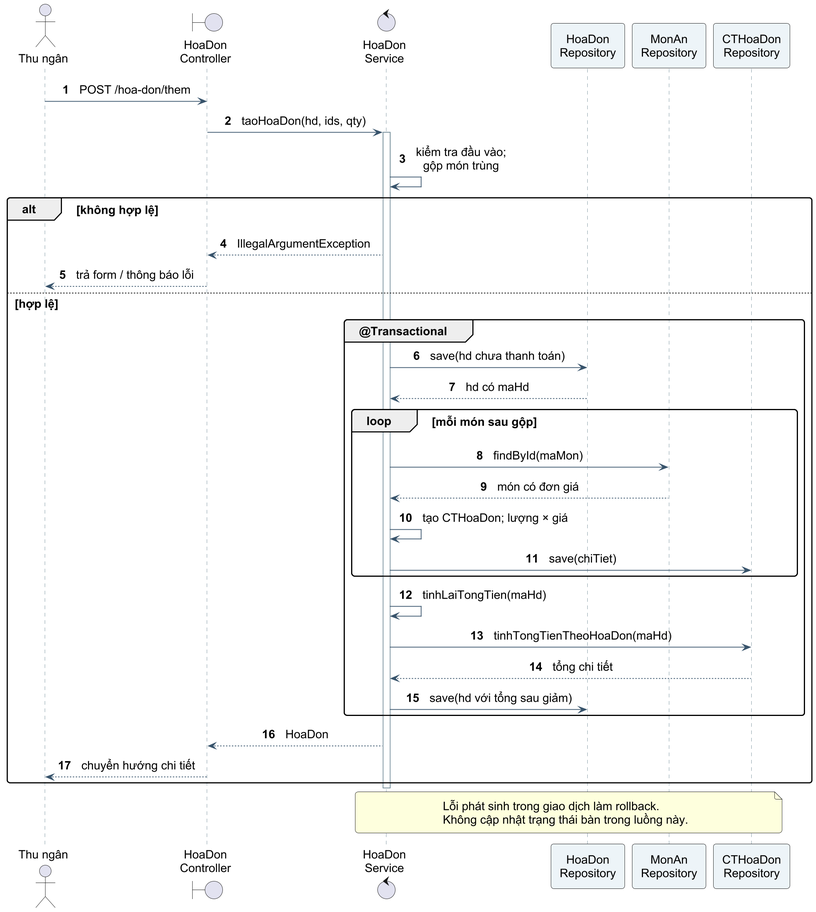
Before: BaoCao_PTTKHDoiTuong/so_do/06_sequence_lap_hoa_don.png, a diagram exported from PlantUML (hoangbelike2004/QuanLyNHHS). Its diagram source:
```plantuml
@startuml
!pragma layout smetana
skinparam defaultFontName Arial
skinparam defaultFontSize 16
skinparam dpi 180
skinparam backgroundColor white
skinparam shadowing false
skinparam roundcorner 8
skinparam ArrowColor #37536B
skinparam classBackgroundColor #F0F6FA
skinparam classBorderColor #37536B
skinparam usecaseBackgroundColor #F0F6FA
skinparam packageBackgroundColor #FFFFFF
skinparam sequenceParticipantBackgroundColor #EDF4F8
skinparam sequenceLifeLineBorderColor #78909C
skinparam sequenceMessageAlign center
skinparam padding 5
hide circle
autonumber
actor "Thu ngân" as A
boundary "HoaDon\nController" as C
control "HoaDon\nService" as S
participant "HoaDon\nRepository" as H
participant "MonAn\nRepository" as M
participant "CTHoaDon\nRepository" as D
A -> C : POST /hoa-don/them
C -> S : taoHoaDon(hd, ids, qty)
activate S
S -> S : kiểm tra đầu vào;\ngộp món trùng
alt không hợp lệ
 S --> C : IllegalArgumentException
 C --> A : trả form / thông báo lỗi
else hợp lệ
 group @Transactional
 S -> H : save(hd chưa thanh toán)
 H --> S : hd có maHd
 loop mỗi món sau gộp
  S -> M : findById(maMon)
  M --> S : món có đơn giá
  S -> S : tạo CTHoaDon; lượng × giá
  S -> D : save(chiTiet)
 end
 S -> S : tinhLaiTongTien(maHd)
 S -> D : tinhTongTienTheoHoaDon(maHd)
 D --> S : tổng chi tiết
 S -> H : save(hd với tổng sau giảm)
 end
 S --> C : HoaDon
 C --> A : chuyển hướng chi tiết
end
deactivate S
note over S,D
Lỗi phát sinh trong giao dịch làm rollback.
Không cập nhật trạng thái bàn trong luồng này.
end note

@enduml
```
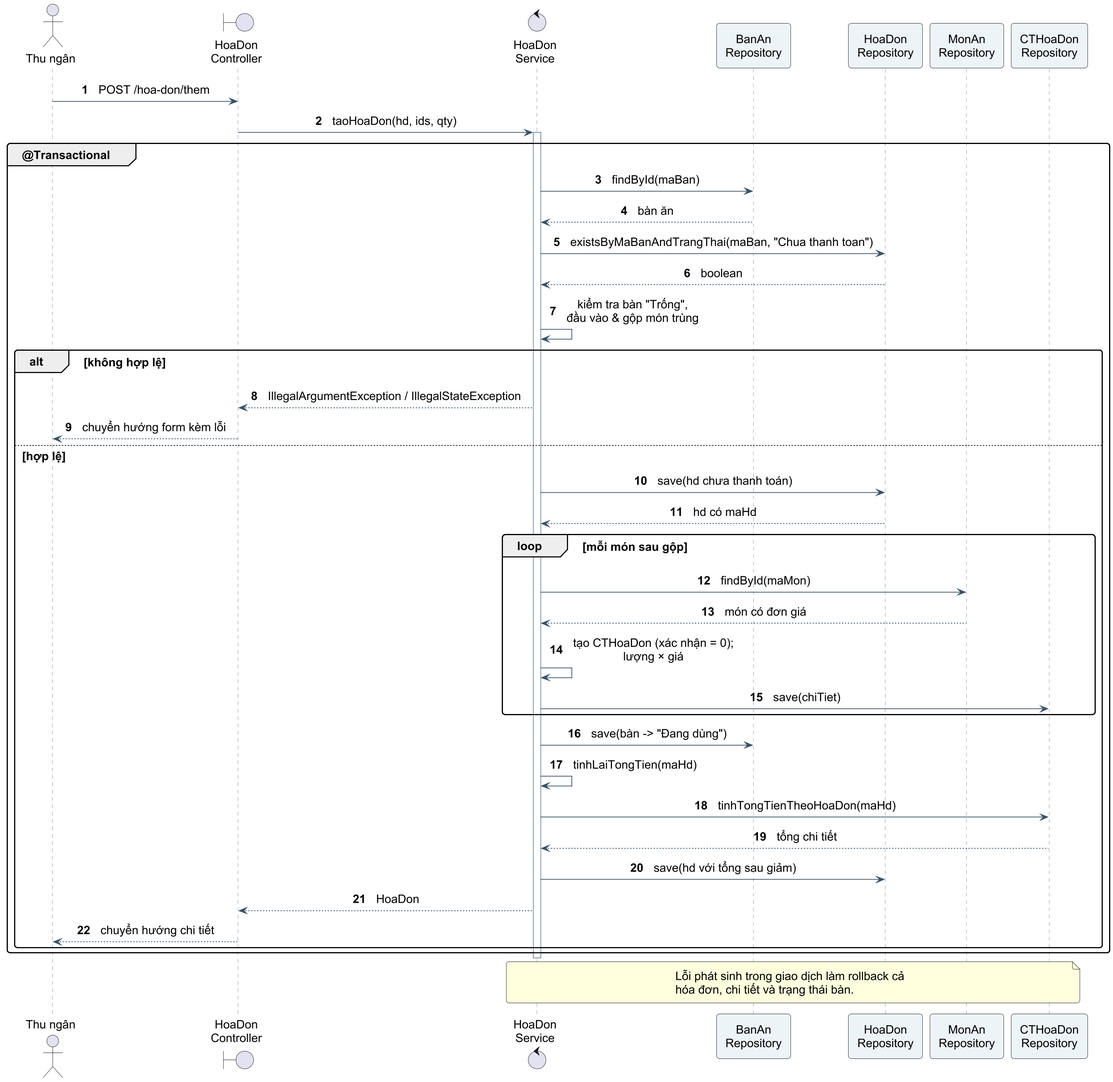
After the change.

Change to the diagram source:
```diff
@@ -20,38 +20,43 @@
 actor "Thu ngân" as A
 boundary "HoaDon\nController" as C
 control "HoaDon\nService" as S
+participant "BanAn\nRepository" as B
 participant "HoaDon\nRepository" as H
 participant "MonAn\nRepository" as M
 participant "CTHoaDon\nRepository" as D
 A -> C : POST /hoa-don/them
 C -> S : taoHoaDon(hd, ids, qty)
 activate S
-S -> S : kiểm tra đầu vào;\ngộp món trùng
-alt không hợp lệ
- S --> C : IllegalArgumentException
- C --> A : trả form / thông báo lỗi
-else hợp lệ
- group @Transactional
- S -> H : save(hd chưa thanh toán)
- H --> S : hd có maHd
- loop mỗi món sau gộp
-  S -> M : findById(maMon)
-  M --> S : món có đơn giá
-  S -> S : tạo CTHoaDon; lượng × giá
-  S -> D : save(chiTiet)
+group @Transactional
+ S -> B : findById(maBan)
+ B --> S : bàn ăn
+ S -> H : existsByMaBanAndTrangThai(maBan, "Chua thanh toan")
+ H --> S : boolean
+ S -> S : kiểm tra bàn "Trống",\nđầu vào & gộp món trùng
+ alt không hợp lệ
+  S --> C : IllegalArgumentException / IllegalStateException
+  C --> A : chuyển hướng form kèm lỗi
+ else hợp lệ
+  S -> H : save(hd chưa thanh toán)
+  H --> S : hd có maHd
+  loop mỗi món sau gộp
+   S -> M : findById(maMon)
+   M --> S : món có đơn giá
+   S -> S : tạo CTHoaDon (xác nhận = 0);\nlượng × giá
+   S -> D : save(chiTiet)
+  end
+  S -> B : save(bàn -> "Đang dùng")
+  S -> S : tinhLaiTongTien(maHd)
+  S -> D : tinhTongTienTheoHoaDon(maHd)
+  D --> S : tổng chi tiết
+  S -> H : save(hd với tổng sau giảm)
+  S --> C : HoaDon
+  C --> A : chuyển hướng chi tiết
  end
- S -> S : tinhLaiTongTien(maHd)
- S -> D : tinhTongTienTheoHoaDon(maHd)
- D --> S : tổng chi tiết
- S -> H : save(hd với tổng sau giảm)
- end
- S --> C : HoaDon
- C --> A : chuyển hướng chi tiết
 end
 deactivate S
 note over S,D
-Lỗi phát sinh trong giao dịch làm rollback.
-Không cập nhật trạng thái bàn trong luồng này.
+Lỗi phát sinh trong giao dịch làm rollback cả
+hóa đơn, chi tiết và trạng thái bàn.
 end note
-
 @enduml
```
